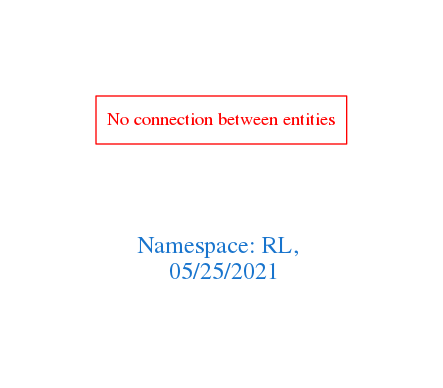
This is downloads/RL.png from arago/OGIT, a Graphviz export, as it was before one commit. Its source is kept beside it as downloads/RL.dot.
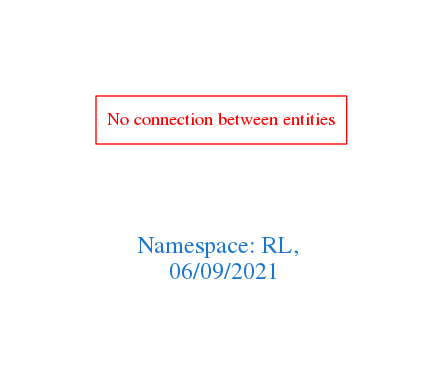
The same diagram one commit later.

The edit, as a diff of the source:
```diff
@@ -1,7 +1,7 @@
 digraph OGIT_ontology {
  graph [ rankdir= LR,pad=1
 fontsize = 18,
-fontcolor= dodgerblue3,label = "\n\n\nNamespace: RL, \n 05/25/2021"];
+fontcolor= dodgerblue3,label = "\n\n\nNamespace: RL, \n 06/09/2021"];
 node[shape=polygon];
 edge [  color="gray81"];
 
```
